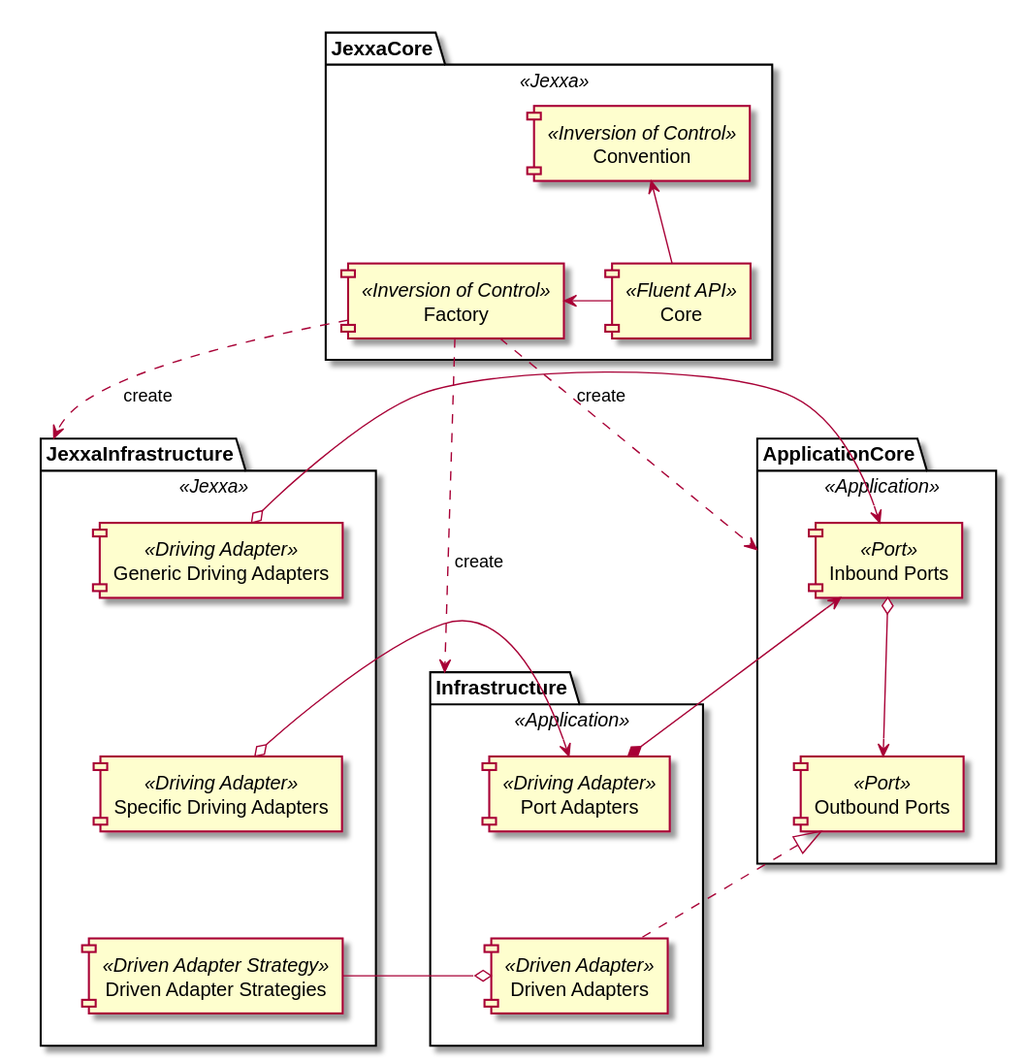
The PlantUML diagram docs/images/JexxaComponents.svg in jexxa-projects/Jexxa, before a commit.
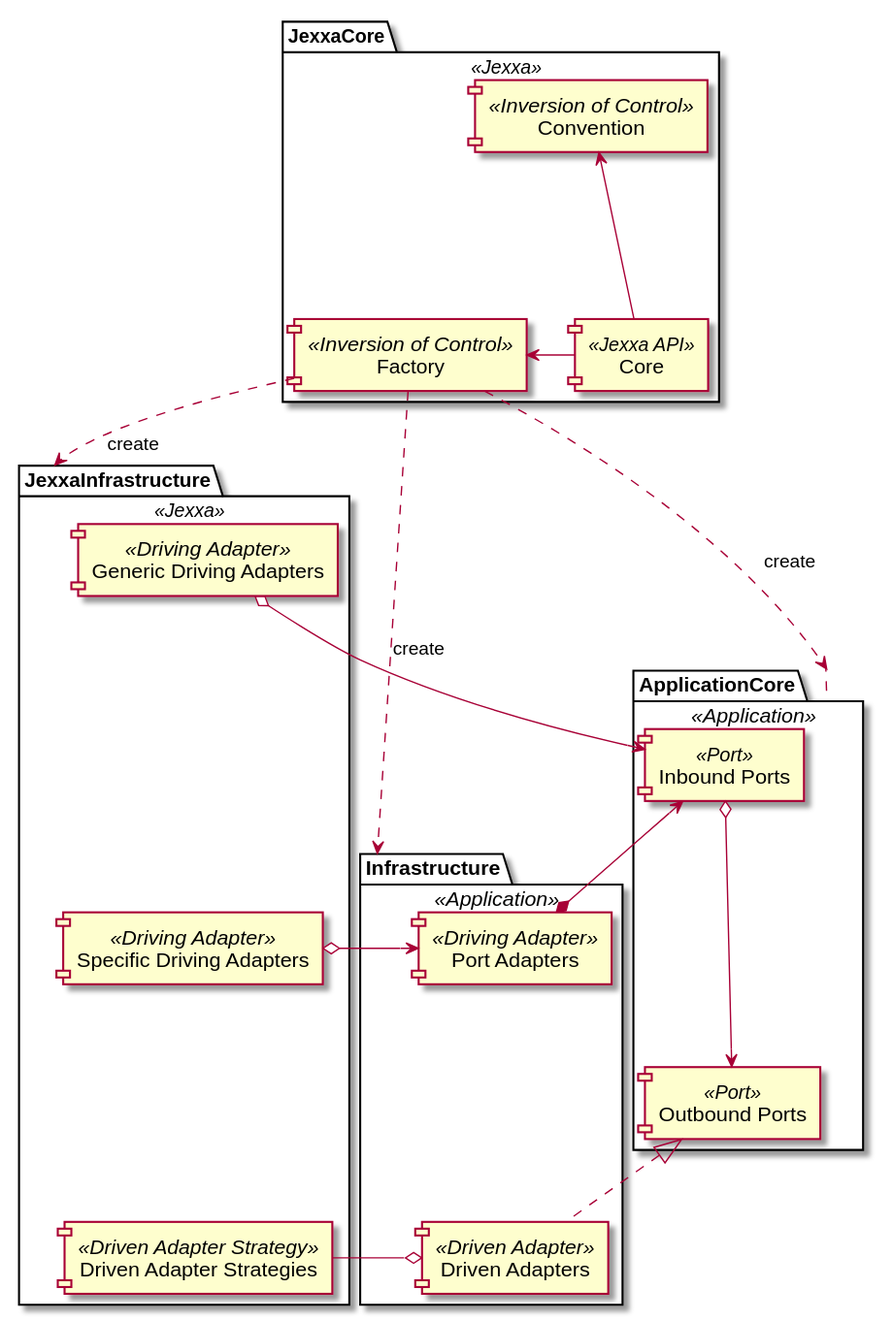
After the commit.

Change to the diagram source:
```diff
@@ -3,7 +3,7 @@
 
 package JexxaCore <<Jexxa>> {
 [Convention] <<Inversion of Control>>
-[Core] <<Fluent API>>
+[Core] <<Jexxa API>>
 [Factory] <<Inversion of Control>>
 }
 
```
